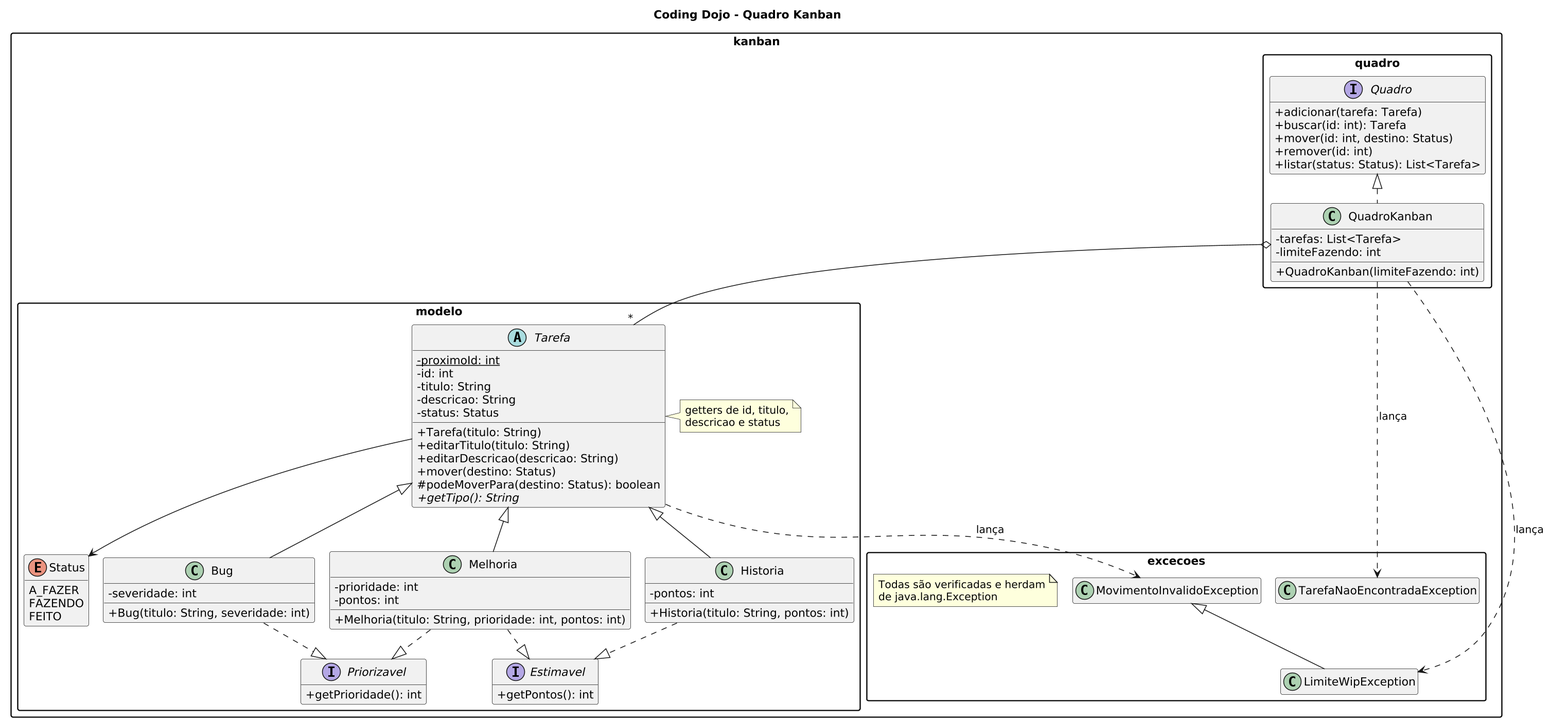
The PlantUML diagram data/dojo-kanban/diagrama.png in Lucas-Inacioo/poo-juiz, before a commit.
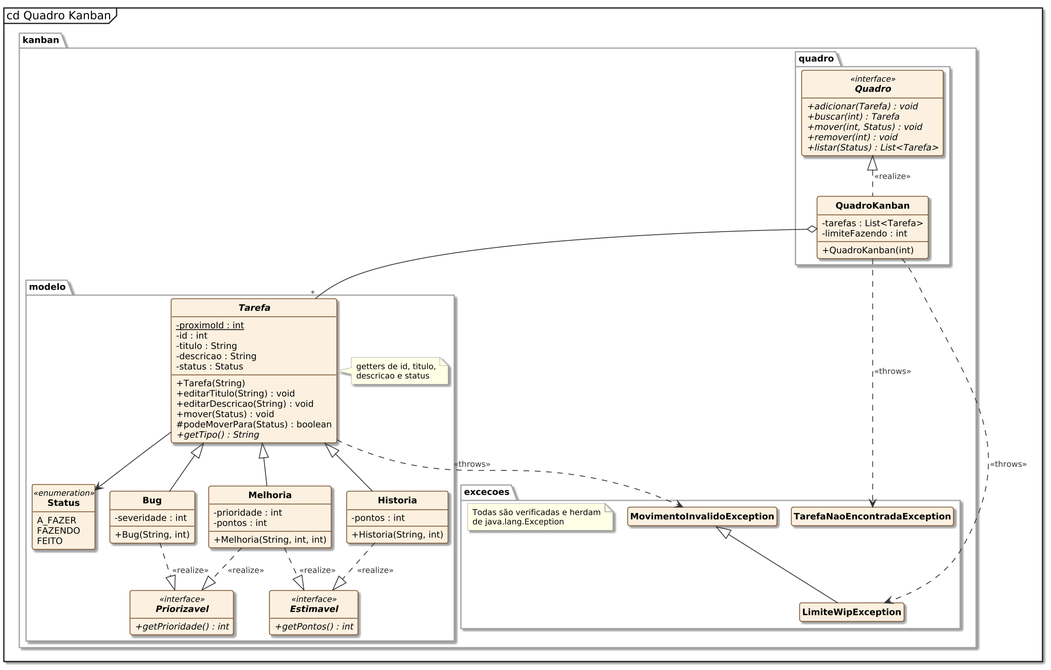
The same diagram one commit later.

The edit, as a diff of the source:
```diff
@@ -1,67 +1,94 @@
 @startuml
 !pragma layout smetana
-title Coding Dojo - Quadro Kanban
+skinparam style strictuml
 skinparam dpi 150
+skinparam shadowing true
+skinparam defaultFontName Arial
+skinparam defaultFontSize 11
+skinparam backgroundColor white
 skinparam classAttributeIconSize 0
-skinparam packageStyle rectangle
+skinparam ArrowColor #333333
+skinparam ArrowFontSize 10
+skinparam ArrowFontColor #333333
+skinparam class {
+  BackgroundColor #FCF1E0
+  BorderColor #7A5230
+  BorderThickness 1
+  FontStyle bold
+  StereotypeFontSize 10
+  AttributeFontSize 11
+}
+skinparam package {
+  BackgroundColor #FFFFFF
+  BorderColor #A0A0A0
+  FontStyle bold
+  FontSize 11
+}
+skinparam note {
+  BackgroundColor #FFFFE6
+  BorderColor #A0A0A0
+  FontSize 10
+}
+hide circle
 hide empty members
+mainframe cd Quadro Kanban
 
 package kanban.quadro {
-  interface Quadro {
-    +adicionar(tarefa: Tarefa)
-    +buscar(id: int): Tarefa
-    +mover(id: int, destino: Status)
-    +remover(id: int)
-    +listar(status: Status): List<Tarefa>
+  interface Quadro <<interface>> {
+    + {abstract} adicionar(Tarefa) : void
+    + {abstract} buscar(int) : Tarefa
+    + {abstract} mover(int, Status) : void
+    + {abstract} remover(int) : void
+    + {abstract} listar(Status) : List<Tarefa>
   }
   class QuadroKanban {
-    -tarefas: List<Tarefa>
-    -limiteFazendo: int
-    +QuadroKanban(limiteFazendo: int)
+    - tarefas : List<Tarefa>
+    - limiteFazendo : int
+    + QuadroKanban(int)
   }
 }
 
 package kanban.modelo {
   abstract class Tarefa {
-    -{static} proximoId: int
-    -id: int
-    -titulo: String
-    -descricao: String
-    -status: Status
-    +Tarefa(titulo: String)
-    +editarTitulo(titulo: String)
-    +editarDescricao(descricao: String)
-    +mover(destino: Status)
-    #podeMoverPara(destino: Status): boolean
-    +{abstract} getTipo(): String
+    - {static} proximoId : int
+    - id : int
+    - titulo : String
+    - descricao : String
+    - status : Status
+    + Tarefa(String)
+    + editarTitulo(String) : void
+    + editarDescricao(String) : void
+    + mover(Status) : void
+    # podeMoverPara(Status) : boolean
+    + {abstract} getTipo() : String
   }
   note right of Tarefa
     getters de id, titulo,
     descricao e status
   end note
-  enum Status {
+  enum Status <<enumeration>> {
     A_FAZER
     FAZENDO
     FEITO
   }
   class Bug {
-    -severidade: int
-    +Bug(titulo: String, severidade: int)
+    - severidade : int
+    + Bug(String, int)
   }
   class Melhoria {
-    -prioridade: int
-    -pontos: int
-    +Melhoria(titulo: String, prioridade: int, pontos: int)
+    - prioridade : int
+    - pontos : int
+    + Melhoria(String, int, int)
   }
   class Historia {
-    -pontos: int
-    +Historia(titulo: String, pontos: int)
+    - pontos : int
+    + Historia(String, int)
   }
-  interface Priorizavel {
-    +getPrioridade(): int
+  interface Priorizavel <<interface>> {
+    + {abstract} getPrioridade() : int
   }
-  interface Estimavel {
-    +getPontos(): int
+  interface Estimavel <<interface>> {
+    + {abstract} getPontos() : int
   }
 }
 
@@ -72,18 +99,18 @@
   note "Todas são verificadas e herdam\nde java.lang.Exception" as N1
 }
 
-Quadro <|.. QuadroKanban
+Quadro <|.. QuadroKanban : &#171;realize&#187;
 QuadroKanban o-- "*" Tarefa
 Tarefa --> Status
 Tarefa <|-- Bug
 Tarefa <|-- Melhoria
 Tarefa <|-- Historia
-Bug ..|> Priorizavel
-Melhoria ..|> Priorizavel
-Melhoria ..|> Estimavel
-Historia ..|> Estimavel
+Bug ..|> Priorizavel : &#171;realize&#187;
+Melhoria ..|> Priorizavel : &#171;realize&#187;
+Melhoria ..|> Estimavel : &#171;realize&#187;
+Historia ..|> Estimavel : &#171;realize&#187;
 MovimentoInvalidoException <|-- LimiteWipException
-Tarefa ..> MovimentoInvalidoException : lança
-QuadroKanban ..> TarefaNaoEncontradaException : lança
-QuadroKanban ..> LimiteWipException : lança
+Tarefa ..> MovimentoInvalidoException : &#171;throws&#187;
+QuadroKanban ..> TarefaNaoEncontradaException : &#171;throws&#187;
+QuadroKanban ..> LimiteWipException : &#171;throws&#187;
 @enduml
```
